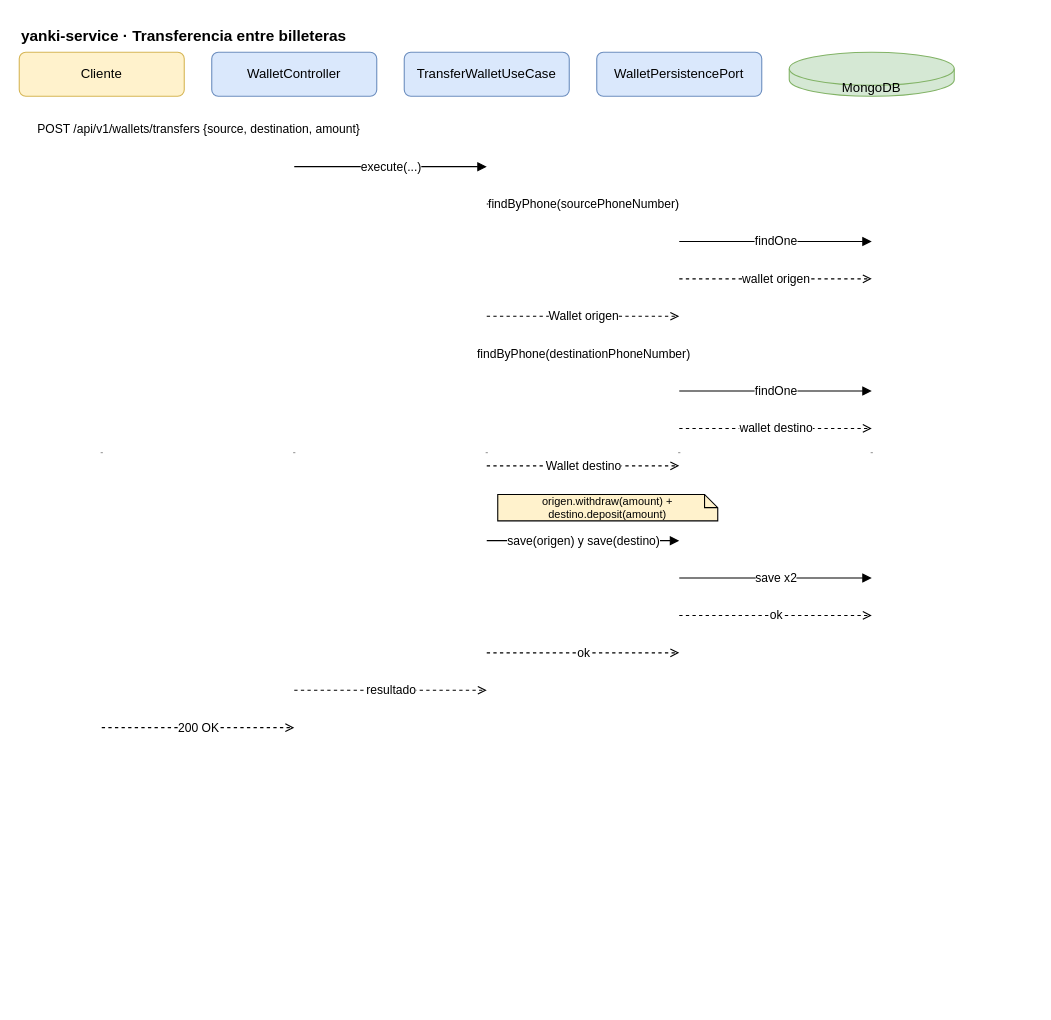
Earlier version of the draw.io diagram docs/diagrams/drawio/12-yanki-transfer.drawio (Zairex-Code/financial-core). Source tidied: cells renumbered, new cells numbered last; positions are measured from the earlier drawing's top-left corner, leaving out a move shared by most shapes. Both pictures are drawn from the tidied source at 110%, with x=0, y=0 at pixel (19, 19).
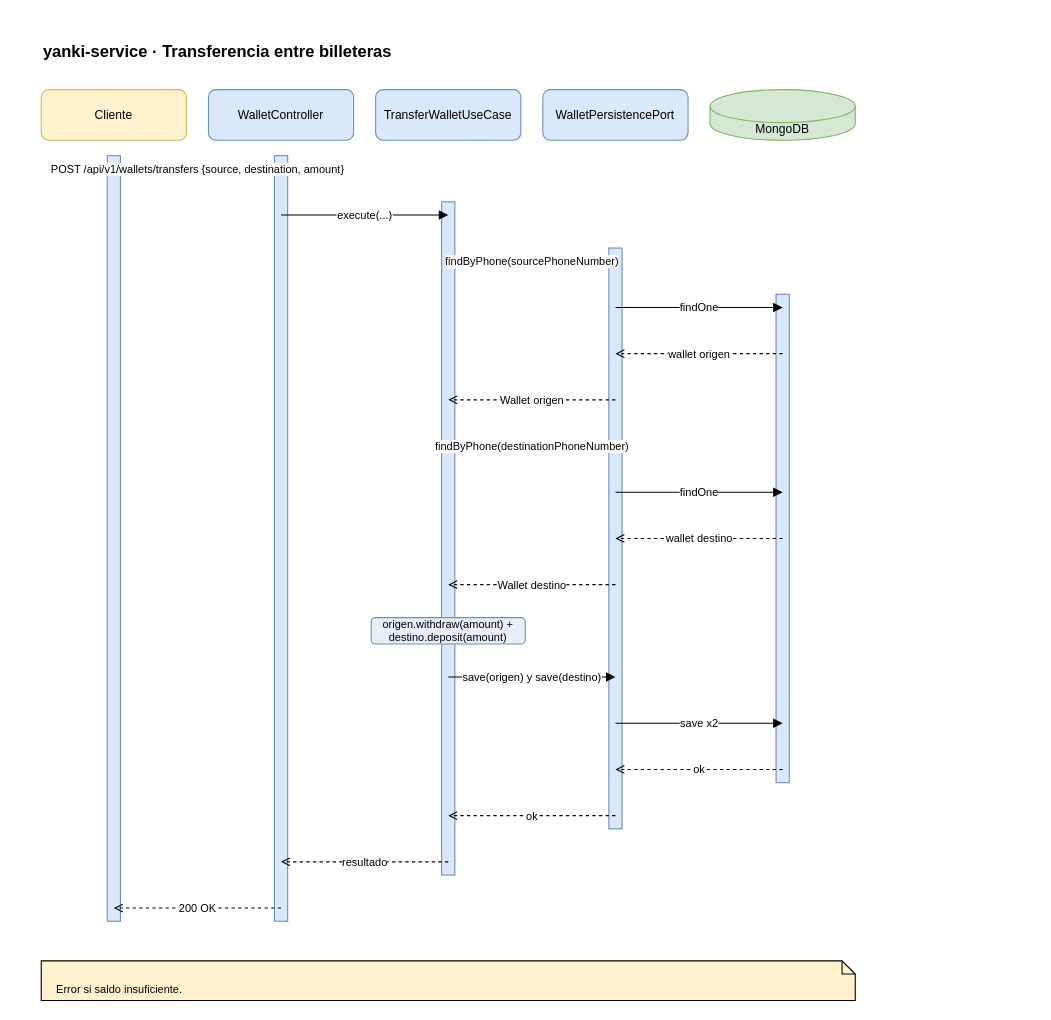
After the change.

Change to the diagram source:
```diff
@@
+    <mxCell id="7" value="yanki-service · Transferencia entre billeteras" style="text;html=1;align=left;fontSize=15;fontStyle=1;" parent="1" vertex="1">
+      <mxGeometry x="20" y="14" width="900" height="24" as="geometry" />
+    </mxCell>
-    <mxCell id="2" value="Cliente" style="rounded=1;whiteSpace=wrap;html=1;fillColor=#fff2cc;strokeColor=#d6b656;fontSize=12;" parent="1" vertex="1">
-      <mxGeometry y="30" width="150" height="40" as="geometry" />
+    <mxCell id="2" value="Cliente" style="rounded=1;whiteSpace=wrap;html=1;fillColor=#fff2cc;strokeColor=#d6b656;fontSize=11;" parent="1" vertex="1">
+      <mxGeometry x="20" y="64" width="132" height="46" as="geometry" />
     </mxCell>
-    <mxCell id="3" value="WalletController" style="rounded=1;whiteSpace=wrap;html=1;fillColor=#dae8fc;strokeColor=#6c8ebf;fontSize=12;" parent="1" vertex="1">
-      <mxGeometry x="175" y="30" width="150" height="40" as="geometry" />
+    <mxCell id="3" value="WalletController" style="rounded=1;whiteSpace=wrap;html=1;fillColor=#dae8fc;strokeColor=#6c8ebf;fontSize=11;fontStyle=0;" parent="1" vertex="1">
+      <mxGeometry x="172" y="64" width="132" height="46" as="geometry" />
     </mxCell>
-    <mxCell id="4" value="TransferWalletUseCase" style="rounded=1;whiteSpace=wrap;html=1;fillColor=#dae8fc;strokeColor=#6c8ebf;fontSize=12;" parent="1" vertex="1">
-      <mxGeometry x="350" y="30" width="150" height="40" as="geometry" />
+    <mxCell id="4" value="TransferWalletUseCase" style="rounded=1;whiteSpace=wrap;html=1;fillColor=#dae8fc;strokeColor=#6c8ebf;fontSize=11;fontStyle=0;" parent="1" vertex="1">
+      <mxGeometry x="324" y="64" width="132" height="46" as="geometry" />
     </mxCell>
-    <mxCell id="5" value="WalletPersistencePort" style="rounded=1;whiteSpace=wrap;html=1;fillColor=#dae8fc;strokeColor=#6c8ebf;fontSize=12;" parent="1" vertex="1">
-      <mxGeometry x="525" y="30" width="150" height="40" as="geometry" />
+    <mxCell id="5" value="WalletPersistencePort" style="rounded=1;whiteSpace=wrap;html=1;fillColor=#dae8fc;strokeColor=#6c8ebf;fontSize=11;fontStyle=0;" parent="1" vertex="1">
+      <mxGeometry x="476" y="64" width="132" height="46" as="geometry" />
     </mxCell>
-    <mxCell id="6" value="MongoDB" style="shape=cylinder3;whiteSpace=wrap;html=1;fillColor=#d5e8d4;strokeColor=#82b366;boundedLbl=1;backgroundOutline=1;size=15;fontSize=12;" parent="1" vertex="1">
-      <mxGeometry x="700" y="30" width="150" height="40" as="geometry" />
+    <mxCell id="6" value="MongoDB" style="shape=cylinder3;whiteSpace=wrap;html=1;fillColor=#d5e8d4;strokeColor=#82b366;boundedLbl=1;backgroundOutline=1;size=15;fontSize=11;" parent="1" vertex="1">
+      <mxGeometry x="628" y="64" width="132" height="46" as="geometry" />
     </mxCell>
-    <mxCell id="7" value="yanki-service · Transferencia entre billeteras" style="text;html=1;align=left;fontSize=14;fontStyle=1;" parent="1" vertex="1">
-      <mxGeometry width="400" height="20" as="geometry" />
-    </mxCell>
     <mxCell id="8" style="shape=line;strokeColor=#999999;dashed=1;html=1;" parent="1" vertex="1">
-      <mxGeometry x="74" y="70" width="2" height="648" as="geometry" />
+      <mxGeometry x="85" y="110" width="2" height="738" as="geometry" />
     </mxCell>
     <mxCell id="9" style="shape=line;strokeColor=#999999;dashed=1;html=1;" parent="1" vertex="1">
-      <mxGeometry x="249" y="70" width="2" height="648" as="geometry" />
+      <mxGeometry x="237" y="110" width="2" height="738" as="geometry" />
     </mxCell>
     <mxCell id="10" style="shape=line;strokeColor=#999999;dashed=1;html=1;" parent="1" vertex="1">
-      <mxGeometry x="424" y="70" width="2" height="648" as="geometry" />
+      <mxGeometry x="389" y="110" width="2" height="738" as="geometry" />
     </mxCell>
     <mxCell id="11" style="shape=line;strokeColor=#999999;dashed=1;html=1;" parent="1" vertex="1">
-      <mxGeometry x="599" y="70" width="2" height="648" as="geometry" />
+      <mxGeometry x="541" y="110" width="2" height="738" as="geometry" />
     </mxCell>
     <mxCell id="12" style="shape=line;strokeColor=#999999;dashed=1;html=1;" parent="1" vertex="1">
-      <mxGeometry x="774" y="70" width="2" height="648" as="geometry" />
+      <mxGeometry x="693" y="110" width="2" height="738" as="geometry" />
     </mxCell>
-    <mxCell id="13" value="origen.withdraw(amount) + destino.deposit(amount)" style="shape=note;whiteSpace=wrap;html=1;backgroundOutline=1;size=12;fillColor=#fff2cc;fontSize=10;" parent="1" vertex="1">
-      <mxGeometry x="435" y="432" width="200" height="24" as="geometry" />
-    </mxCell>
+    <mxCell id="30" style="rounded=0;html=1;fillColor=#dae8fc;strokeColor=#6c8ebf;" parent="1" vertex="1">
+      <mxGeometry x="80" y="124" width="12" height="696" as="geometry" />
+    </mxCell>
+    <mxCell id="31" style="rounded=0;html=1;fillColor=#dae8fc;strokeColor=#6c8ebf;" parent="1" vertex="1">
+      <mxGeometry x="232" y="124" width="12" height="696" as="geometry" />
+    </mxCell>
+    <mxCell id="32" style="rounded=0;html=1;fillColor=#dae8fc;strokeColor=#6c8ebf;" parent="1" vertex="1">
+      <mxGeometry x="384" y="166" width="12" height="612" as="geometry" />
+    </mxCell>
+    <mxCell id="33" style="rounded=0;html=1;fillColor=#dae8fc;strokeColor=#6c8ebf;" parent="1" vertex="1">
+      <mxGeometry x="536" y="208" width="12" height="528" as="geometry" />
+    </mxCell>
+    <mxCell id="34" style="rounded=0;html=1;fillColor=#dae8fc;strokeColor=#6c8ebf;" parent="1" vertex="1">
+      <mxGeometry x="688" y="250" width="12" height="444" as="geometry" />
+    </mxCell>
-    <mxCell id="14" value="POST /api/v1/wallets/transfers {source, destination, amount}" style="edgeStyle=orthogonalEdgeStyle;rounded=0;html=1;endArrow=block;fontSize=11;" parent="1" edge="1">
+    <mxCell id="14" value="POST /api/v1/wallets/transfers {source, destination, amount}" style="edgeStyle=orthogonalEdgeStyle;rounded=0;html=1;endArrow=block;fontSize=10;labelBackgroundColor=#ffffff;" parent="1" edge="1">
       <mxGeometry relative="1" as="geometry">
-        <mxPoint x="75" y="100" as="sourcePoint" />
-        <mxPoint x="250" y="100" as="targetPoint" />
+        <mxPoint x="86" y="136" as="sourcePoint" />
+        <mxPoint x="238" y="136" as="targetPoint" />
       </mxGeometry>
     </mxCell>
-    <mxCell id="15" value="execute(...)" style="edgeStyle=orthogonalEdgeStyle;rounded=0;html=1;endArrow=block;fontSize=11;" parent="1" edge="1">
+    <mxCell id="15" value="execute(...)" style="edgeStyle=orthogonalEdgeStyle;rounded=0;html=1;endArrow=block;fontSize=10;labelBackgroundColor=#ffffff;" parent="1" edge="1">
       <mxGeometry relative="1" as="geometry">
-        <mxPoint x="250" y="134" as="sourcePoint" />
-        <mxPoint x="425" y="134" as="targetPoint" />
+        <mxPoint x="238" y="178" as="sourcePoint" />
+        <mxPoint x="390" y="178" as="targetPoint" />
       </mxGeometry>
     </mxCell>
-    <mxCell id="16" value="findByPhone(sourcePhoneNumber)" style="edgeStyle=orthogonalEdgeStyle;rounded=0;html=1;endArrow=block;fontSize=11;" parent="1" edge="1">
+    <mxCell id="16" value="findByPhone(sourcePhoneNumber)" style="edgeStyle=orthogonalEdgeStyle;rounded=0;html=1;endArrow=block;fontSize=10;labelBackgroundColor=#ffffff;" parent="1" edge="1">
       <mxGeometry relative="1" as="geometry">
-        <mxPoint x="425" y="168" as="sourcePoint" />
-        <mxPoint x="600" y="168" as="targetPoint" />
+        <mxPoint x="390" y="220" as="sourcePoint" />
+        <mxPoint x="542" y="220" as="targetPoint" />
       </mxGeometry>
     </mxCell>
-    <mxCell id="17" value="findOne" style="edgeStyle=orthogonalEdgeStyle;rounded=0;html=1;endArrow=block;fontSize=11;" parent="1" edge="1">
+    <mxCell id="17" value="findOne" style="edgeStyle=orthogonalEdgeStyle;rounded=0;html=1;endArrow=block;fontSize=10;labelBackgroundColor=#ffffff;" parent="1" edge="1">
       <mxGeometry relative="1" as="geometry">
-        <mxPoint x="600" y="202" as="sourcePoint" />
-        <mxPoint x="775" y="202" as="targetPoint" />
+        <mxPoint x="542" y="262" as="sourcePoint" />
+        <mxPoint x="694" y="262" as="targetPoint" />
       </mxGeometry>
     </mxCell>
-    <mxCell id="18" value="wallet origen" style="edgeStyle=orthogonalEdgeStyle;rounded=0;html=1;dashed=1;endArrow=open;fontSize=11;" parent="1" edge="1">
+    <mxCell id="18" value="wallet origen" style="edgeStyle=orthogonalEdgeStyle;rounded=0;html=1;dashed=1;endArrow=open;fontSize=10;labelBackgroundColor=#ffffff;" parent="1" edge="1">
       <mxGeometry relative="1" as="geometry">
-        <mxPoint x="600" y="236" as="sourcePoint" />
-        <mxPoint x="775" y="236" as="targetPoint" />
+        <mxPoint x="694" y="304" as="sourcePoint" />
+        <mxPoint x="542" y="304" as="targetPoint" />
       </mxGeometry>
     </mxCell>
-    <mxCell id="19" value="Wallet origen" style="edgeStyle=orthogonalEdgeStyle;rounded=0;html=1;dashed=1;endArrow=open;fontSize=11;" parent="1" edge="1">
+    <mxCell id="19" value="Wallet origen" style="edgeStyle=orthogonalEdgeStyle;rounded=0;html=1;dashed=1;endArrow=open;fontSize=10;labelBackgroundColor=#ffffff;" parent="1" edge="1">
       <mxGeometry relative="1" as="geometry">
-        <mxPoint x="425" y="270" as="sourcePoint" />
-        <mxPoint x="600" y="270" as="targetPoint" />
+        <mxPoint x="542" y="346" as="sourcePoint" />
+        <mxPoint x="390" y="346" as="targetPoint" />
       </mxGeometry>
     </mxCell>
-    <mxCell id="20" value="findByPhone(destinationPhoneNumber)" style="edgeStyle=orthogonalEdgeStyle;rounded=0;html=1;endArrow=block;fontSize=11;" parent="1" edge="1">
+    <mxCell id="20" value="findByPhone(destinationPhoneNumber)" style="edgeStyle=orthogonalEdgeStyle;rounded=0;html=1;endArrow=block;fontSize=10;labelBackgroundColor=#ffffff;" parent="1" edge="1">
       <mxGeometry relative="1" as="geometry">
-        <mxPoint x="425" y="304" as="sourcePoint" />
-        <mxPoint x="600" y="304" as="targetPoint" />
+        <mxPoint x="390" y="388" as="sourcePoint" />
+        <mxPoint x="542" y="388" as="targetPoint" />
       </mxGeometry>
     </mxCell>
-    <mxCell id="21" value="findOne" style="edgeStyle=orthogonalEdgeStyle;rounded=0;html=1;endArrow=block;fontSize=11;" parent="1" edge="1">
+    <mxCell id="21" value="findOne" style="edgeStyle=orthogonalEdgeStyle;rounded=0;html=1;endArrow=block;fontSize=10;labelBackgroundColor=#ffffff;" parent="1" edge="1">
       <mxGeometry relative="1" as="geometry">
-        <mxPoint x="600" y="338" as="sourcePoint" />
-        <mxPoint x="775" y="338" as="targetPoint" />
+        <mxPoint x="542" y="430" as="sourcePoint" />
+        <mxPoint x="694" y="430" as="targetPoint" />
       </mxGeometry>
     </mxCell>
-    <mxCell id="22" value="wallet destino" style="edgeStyle=orthogonalEdgeStyle;rounded=0;html=1;dashed=1;endArrow=open;fontSize=11;" parent="1" edge="1">
+    <mxCell id="22" value="wallet destino" style="edgeStyle=orthogonalEdgeStyle;rounded=0;html=1;dashed=1;endArrow=open;fontSize=10;labelBackgroundColor=#ffffff;" parent="1" edge="1">
       <mxGeometry relative="1" as="geometry">
-        <mxPoint x="600" y="372" as="sourcePoint" />
-        <mxPoint x="775" y="372" as="targetPoint" />
+        <mxPoint x="694" y="472" as="sourcePoint" />
+        <mxPoint x="542" y="472" as="targetPoint" />
       </mxGeometry>
     </mxCell>
-    <mxCell id="23" value="Wallet destino" style="edgeStyle=orthogonalEdgeStyle;rounded=0;html=1;dashed=1;endArrow=open;fontSize=11;" parent="1" edge="1">
+    <mxCell id="23" value="Wallet destino" style="edgeStyle=orthogonalEdgeStyle;rounded=0;html=1;dashed=1;endArrow=open;fontSize=10;labelBackgroundColor=#ffffff;" parent="1" edge="1">
       <mxGeometry relative="1" as="geometry">
-        <mxPoint x="425" y="406" as="sourcePoint" />
-        <mxPoint x="600" y="406" as="targetPoint" />
+        <mxPoint x="542" y="514" as="sourcePoint" />
+        <mxPoint x="390" y="514" as="targetPoint" />
       </mxGeometry>
     </mxCell>
+    <mxCell id="13" value="origen.withdraw(amount) + destino.deposit(amount)" style="rounded=1;whiteSpace=wrap;html=1;fillColor=#e8eef7;strokeColor=#6c8ebf;fontSize=10;" parent="1" vertex="1">
+      <mxGeometry x="320" y="544" width="140" height="24" as="geometry" />
+    </mxCell>
-    <mxCell id="24" value="save(origen) y save(destino)" style="edgeStyle=orthogonalEdgeStyle;rounded=0;html=1;endArrow=block;fontSize=11;" parent="1" edge="1">
+    <mxCell id="24" value="save(origen) y save(destino)" style="edgeStyle=orthogonalEdgeStyle;rounded=0;html=1;endArrow=block;fontSize=10;labelBackgroundColor=#ffffff;" parent="1" edge="1">
       <mxGeometry relative="1" as="geometry">
-        <mxPoint x="425" y="474" as="sourcePoint" />
-        <mxPoint x="600" y="474" as="targetPoint" />
+        <mxPoint x="390" y="598" as="sourcePoint" />
+        <mxPoint x="542" y="598" as="targetPoint" />
       </mxGeometry>
     </mxCell>
-    <mxCell id="25" value="save x2" style="edgeStyle=orthogonalEdgeStyle;rounded=0;html=1;endArrow=block;fontSize=11;" parent="1" edge="1">
+    <mxCell id="25" value="save x2" style="edgeStyle=orthogonalEdgeStyle;rounded=0;html=1;endArrow=block;fontSize=10;labelBackgroundColor=#ffffff;" parent="1" edge="1">
       <mxGeometry relative="1" as="geometry">
-        <mxPoint x="600" y="508" as="sourcePoint" />
-        <mxPoint x="775" y="508" as="targetPoint" />
+        <mxPoint x="542" y="640" as="sourcePoint" />
+        <mxPoint x="694" y="640" as="targetPoint" />
       </mxGeometry>
     </mxCell>
-    <mxCell id="26" value="ok" style="edgeStyle=orthogonalEdgeStyle;rounded=0;html=1;dashed=1;endArrow=open;fontSize=11;" parent="1" edge="1">
+    <mxCell id="26" value="ok" style="edgeStyle=orthogonalEdgeStyle;rounded=0;html=1;dashed=1;endArrow=open;fontSize=10;labelBackgroundColor=#ffffff;" parent="1" edge="1">
       <mxGeometry relative="1" as="geometry">
-        <mxPoint x="600" y="542" as="sourcePoint" />
-        <mxPoint x="775" y="542" as="targetPoint" />
+        <mxPoint x="694" y="682" as="sourcePoint" />
+        <mxPoint x="542" y="682" as="targetPoint" />
       </mxGeometry>
     </mxCell>
-    <mxCell id="27" value="ok" style="edgeStyle=orthogonalEdgeStyle;rounded=0;html=1;dashed=1;endArrow=open;fontSize=11;" parent="1" edge="1">
+    <mxCell id="27" value="ok" style="edgeStyle=orthogonalEdgeStyle;rounded=0;html=1;dashed=1;endArrow=open;fontSize=10;labelBackgroundColor=#ffffff;" parent="1" edge="1">
       <mxGeometry relative="1" as="geometry">
-        <mxPoint x="425" y="576" as="sourcePoint" />
-        <mxPoint x="600" y="576" as="targetPoint" />
+        <mxPoint x="542" y="724" as="sourcePoint" />
+        <mxPoint x="390" y="724" as="targetPoint" />
       </mxGeometry>
     </mxCell>
-    <mxCell id="28" value="resultado" style="edgeStyle=orthogonalEdgeStyle;rounded=0;html=1;dashed=1;endArrow=open;fontSize=11;" parent="1" edge="1">
+    <mxCell id="28" value="resultado" style="edgeStyle=orthogonalEdgeStyle;rounded=0;html=1;dashed=1;endArrow=open;fontSize=10;labelBackgroundColor=#ffffff;" parent="1" edge="1">
       <mxGeometry relative="1" as="geometry">
-        <mxPoint x="250" y="610" as="sourcePoint" />
-        <mxPoint x="425" y="610" as="targetPoint" />
+        <mxPoint x="390" y="766" as="sourcePoint" />
+        <mxPoint x="238" y="766" as="targetPoint" />
       </mxGeometry>
     </mxCell>
-    <mxCell id="29" value="200 OK" style="edgeStyle=orthogonalEdgeStyle;rounded=0;html=1;dashed=1;endArrow=open;fontSize=11;" parent="1" edge="1">
+    <mxCell id="29" value="200 OK" style="edgeStyle=orthogonalEdgeStyle;rounded=0;html=1;dashed=1;endArrow=open;fontSize=10;labelBackgroundColor=#ffffff;" parent="1" edge="1">
       <mxGeometry relative="1" as="geometry">
-        <mxPoint x="75" y="644" as="sourcePoint" />
-        <mxPoint x="250" y="644" as="targetPoint" />
+        <mxPoint x="238" y="808" as="sourcePoint" />
+        <mxPoint x="86" y="808" as="targetPoint" />
       </mxGeometry>
     </mxCell>
+    <mxCell id="35" style="shape=note;whiteSpace=wrap;html=1;backgroundOutline=1;size=12;fillColor=#fff2cc;fontSize=10;align=left;verticalAlign=top;" parent="1" vertex="1">
+      <mxGeometry x="20" y="856" width="740" height="36" as="geometry" />
+    </mxCell>
+    <mxCell id="36" value="Error si saldo insuficiente." style="text;html=1;align=left;fontSize=10;" parent="1" vertex="1">
+      <mxGeometry x="32" y="870" width="716" height="18" as="geometry" />
+    </mxCell>
```
